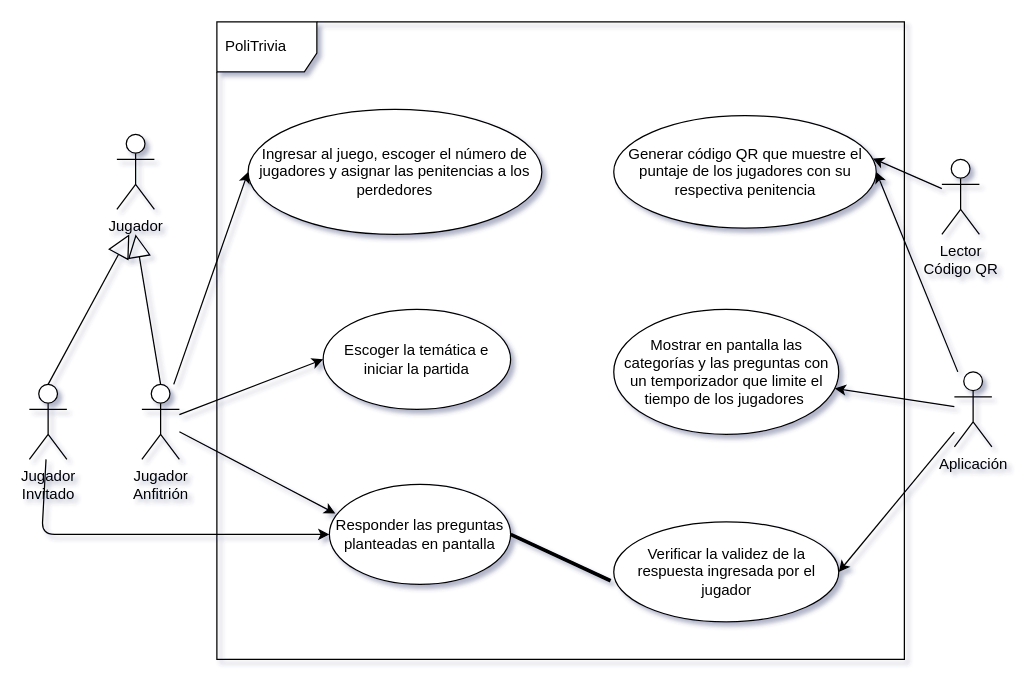
dayapt04/prjPoliTriva keeps this draw.io diagram as Design/PoliCodeCrafters_UC_PoliTrivia.drawio. Above is the earlier version. Source tidied: cells renumbered, new cells numbered last; positions are measured from the earlier drawing's top-left corner, leaving out a move shared by most shapes. Both pictures are drawn from the tidied source at 125%, with x=0, y=0 at pixel (29, 21).
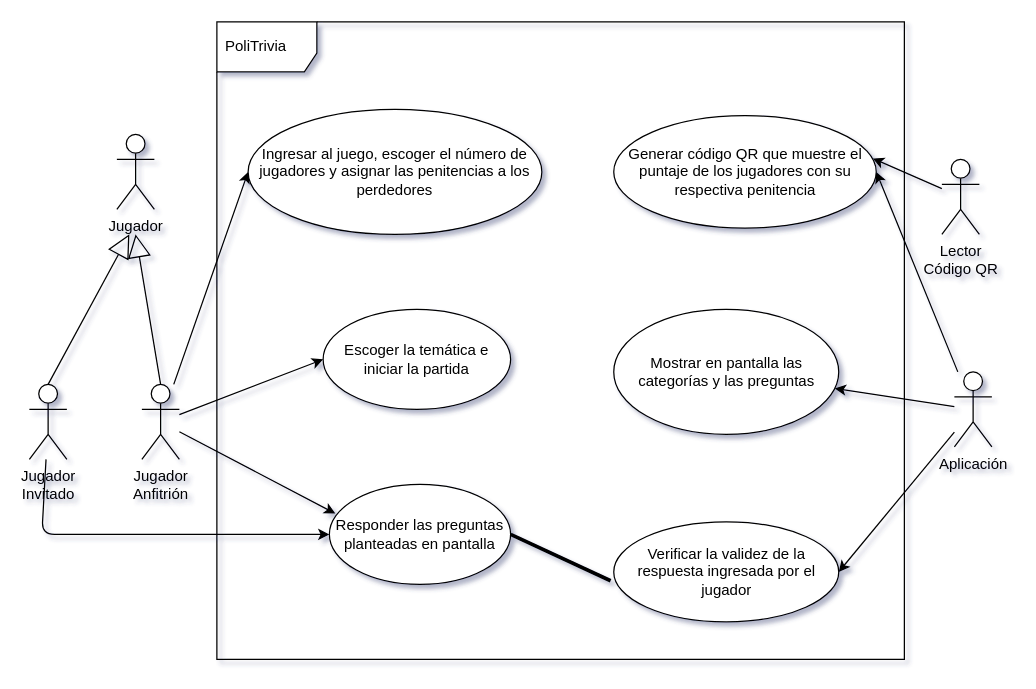
The same diagram, later.

What changed in the source:
```diff
@@
-    <mxCell id="23" value="Mostrar en pantalla las categorías y las preguntas con un temporizador que limite el tiempo de los jugadores&amp;nbsp;" style="ellipse;whiteSpace=wrap;html=1;" parent="1" vertex="1">
+    <mxCell id="23" value="Mostrar en pantalla las categorías y las preguntas" style="ellipse;whiteSpace=wrap;html=1;" parent="1" vertex="1">
       <mxGeometry x="467.5" y="230" width="180" height="100" as="geometry" />
     </mxCell>
```
